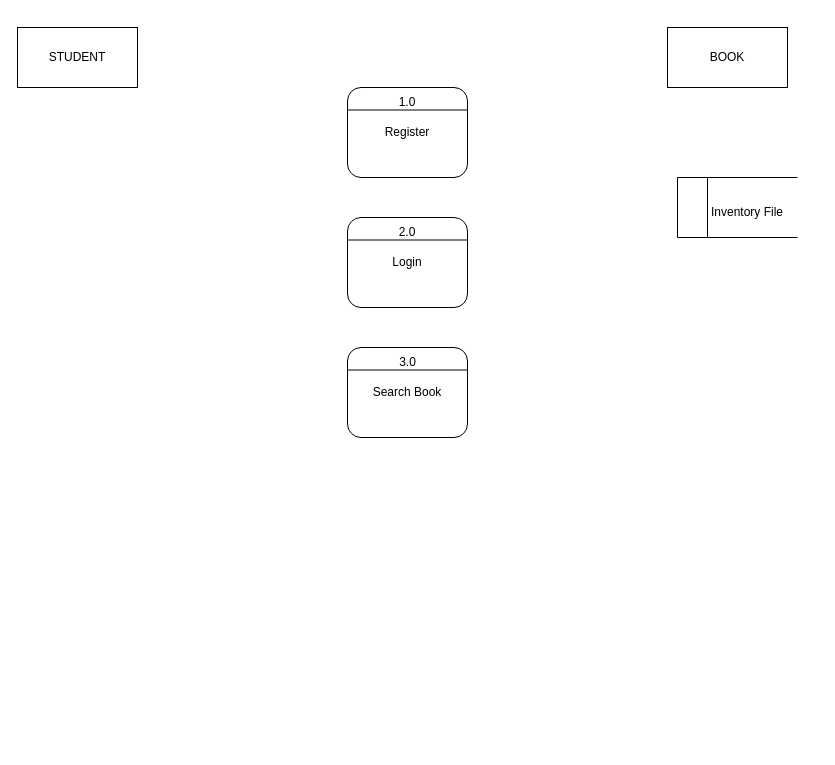
The draw.io diagram Library Management System level 1.drawio in ShouryaBrahmastra/DFD, before the edit. Source tidied: cells renumbered, new cells numbered last; positions are measured from the earlier drawing's top-left corner, leaving out a move shared by most shapes. Both pictures are drawn from the tidied source at 100%, with x=0, y=0 at pixel (17, 27).
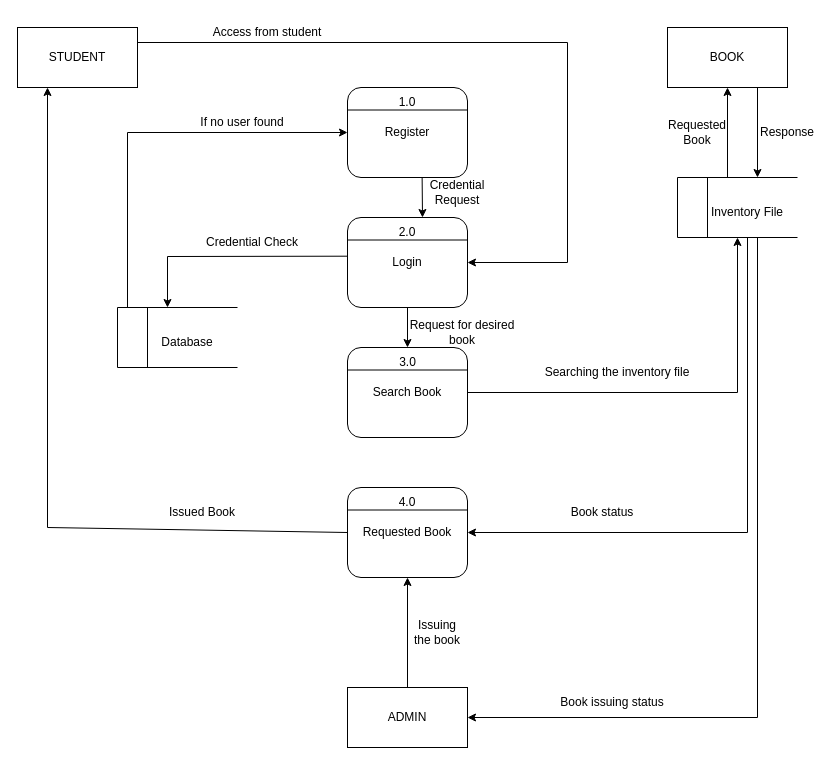
The same page after the edit.

The change refers to these unchanged cells:
```xml
<mxCell id="2" value="STUDENT" style="rounded=0;whiteSpace=wrap;html=1;" parent="1" vertex="1">
  <mxGeometry width="120" height="60" as="geometry" />
</mxCell>
<mxCell id="3" value="BOOK" style="rounded=0;whiteSpace=wrap;html=1;" parent="1" vertex="1">
  <mxGeometry x="650" width="120" height="60" as="geometry" />
</mxCell>
<mxCell id="4" value="Register" style="rounded=1;whiteSpace=wrap;html=1;" parent="1" vertex="1">
  <mxGeometry x="330" y="60" width="120" height="90" as="geometry" />
</mxCell>
<mxCell id="5" value="Login" style="rounded=1;whiteSpace=wrap;html=1;" parent="1" vertex="1">
  <mxGeometry x="330" y="190" width="120" height="90" as="geometry" />
</mxCell>
<mxCell id="6" value="Search Book" style="rounded=1;whiteSpace=wrap;html=1;" parent="1" vertex="1">
  <mxGeometry x="330" y="320" width="120" height="90" as="geometry" />
</mxCell>
<mxCell id="10" value="2.0" style="text;html=1;strokeColor=none;fillColor=none;align=center;verticalAlign=middle;whiteSpace=wrap;rounded=0;" parent="1" vertex="1">
  <mxGeometry x="360" y="190" width="60" height="30" as="geometry" />
</mxCell>
```

Change to the diagram source:
```diff
@@
+    <mxCell id="18" value="Requested Book" style="rounded=1;whiteSpace=wrap;html=1;" parent="1" vertex="1">
+      <mxGeometry x="330" y="460" width="120" height="90" as="geometry" />
+    </mxCell>
+    <mxCell id="19" style="endArrow=none;html=1;rounded=0;exitX=0;exitY=0.25;exitDx=0;exitDy=0;entryX=1;entryY=0.25;entryDx=0;entryDy=0;" parent="1" edge="1" source="18" target="18">
+      <mxGeometry relative="1" as="geometry" />
+    </mxCell>
+    <mxCell id="20" value="4.0" style="text;html=1;strokeColor=none;fillColor=none;align=center;verticalAlign=middle;whiteSpace=wrap;rounded=0;" parent="1" vertex="1">
+      <mxGeometry x="360" y="460" width="60" height="30" as="geometry" />
+    </mxCell>
+    <mxCell id="21" style="endArrow=none;html=1;rounded=0;exitX=0.25;exitY=1;exitDx=0;exitDy=0;entryX=0.25;entryY=0;entryDx=0;entryDy=0;" parent="1" edge="1">
+      <mxGeometry relative="1" as="geometry">
+        <mxPoint x="130" y="340" as="sourcePoint" />
+        <mxPoint x="130" y="280" as="targetPoint" />
+      </mxGeometry>
+    </mxCell>
+    <mxCell id="22" style="endArrow=none;html=1;rounded=0;exitX=0;exitY=0;exitDx=0;exitDy=0;entryX=1;entryY=0;entryDx=0;entryDy=0;" parent="1" edge="1">
+      <mxGeometry relative="1" as="geometry">
+        <mxPoint x="100" y="280" as="sourcePoint" />
+        <mxPoint x="220" y="280" as="targetPoint" />
+      </mxGeometry>
+    </mxCell>
+    <mxCell id="23" style="endArrow=none;html=1;rounded=0;exitX=0;exitY=1;exitDx=0;exitDy=0;entryX=1;entryY=1;entryDx=0;entryDy=0;" parent="1" edge="1">
+      <mxGeometry relative="1" as="geometry">
+        <mxPoint x="100" y="340" as="sourcePoint" />
+        <mxPoint x="220" y="340" as="targetPoint" />
+      </mxGeometry>
+    </mxCell>
+    <mxCell id="24" style="endArrow=none;html=1;rounded=0;exitX=0;exitY=1;exitDx=0;exitDy=0;entryX=0;entryY=0;entryDx=0;entryDy=0;" parent="1" edge="1">
+      <mxGeometry relative="1" as="geometry">
+        <mxPoint x="100" y="340" as="sourcePoint" />
+        <mxPoint x="100" y="280" as="targetPoint" />
+      </mxGeometry>
+    </mxCell>
+    <mxCell id="25" value="Database" style="text;html=1;strokeColor=none;fillColor=none;align=center;verticalAlign=middle;whiteSpace=wrap;rounded=0;" parent="1" vertex="1">
+      <mxGeometry x="140" y="300" width="60" height="30" as="geometry" />
+    </mxCell>
+    <mxCell id="26" style="endArrow=classic;html=1;rounded=0;exitX=1;exitY=0.25;exitDx=0;exitDy=0;entryX=1;entryY=0.5;entryDx=0;entryDy=0;" parent="1" edge="1" source="2" target="5">
+      <mxGeometry relative="1" as="geometry">
+        <Array as="points">
+          <mxPoint x="550" y="15" />
+          <mxPoint x="550" y="235" />
+        </Array>
+      </mxGeometry>
+    </mxCell>
+    <mxCell id="27" value="Access from student" style="text;html=1;strokeColor=none;fillColor=none;align=center;verticalAlign=middle;whiteSpace=wrap;rounded=0;" parent="1" vertex="1">
+      <mxGeometry x="160" y="-10" width="180" height="30" as="geometry" />
+    </mxCell>
+    <mxCell id="28" style="endArrow=classic;html=1;rounded=0;entryX=0.75;entryY=0;entryDx=0;entryDy=0;exitX=0.622;exitY=1;exitDx=0;exitDy=0;exitPerimeter=0;" parent="1" edge="1" source="4" target="10">
+      <mxGeometry relative="1" as="geometry" />
+    </mxCell>
+    <mxCell id="29" value="Credential Request" style="text;html=1;strokeColor=none;fillColor=none;align=center;verticalAlign=middle;whiteSpace=wrap;rounded=0;" parent="1" vertex="1">
+      <mxGeometry x="390" y="150" width="100" height="30" as="geometry" />
+    </mxCell>
+    <mxCell id="30" style="endArrow=classic;html=1;rounded=0;exitX=0;exitY=0.43;exitDx=0;exitDy=0;exitPerimeter=0;" parent="1" edge="1" source="5">
+      <mxGeometry relative="1" as="geometry">
+        <mxPoint x="150" y="280" as="targetPoint" />
+        <Array as="points">
+          <mxPoint x="150" y="229" />
+        </Array>
+      </mxGeometry>
+    </mxCell>
+    <mxCell id="31" value="Credential Check" style="text;html=1;strokeColor=none;fillColor=none;align=center;verticalAlign=middle;whiteSpace=wrap;rounded=0;" parent="1" vertex="1">
+      <mxGeometry x="170" y="200" width="130" height="30" as="geometry" />
+    </mxCell>
+    <mxCell id="32" style="endArrow=classic;html=1;rounded=0;entryX=0.5;entryY=0;entryDx=0;entryDy=0;exitX=0.5;exitY=1;exitDx=0;exitDy=0;" parent="1" edge="1" source="5" target="6">
+      <mxGeometry relative="1" as="geometry" />
+    </mxCell>
+    <mxCell id="33" value="Request for desired book" style="text;html=1;strokeColor=none;fillColor=none;align=center;verticalAlign=middle;whiteSpace=wrap;rounded=0;" parent="1" vertex="1">
+      <mxGeometry x="380" y="290" width="130" height="30" as="geometry" />
+    </mxCell>
+    <mxCell id="34" style="endArrow=classic;html=1;rounded=0;exitX=1;exitY=0.5;exitDx=0;exitDy=0;" parent="1" edge="1" source="6">
+      <mxGeometry relative="1" as="geometry">
+        <mxPoint x="720" y="210" as="targetPoint" />
+        <Array as="points">
+          <mxPoint x="720" y="365" />
+        </Array>
+      </mxGeometry>
+    </mxCell>
+    <mxCell id="35" value="Searching the inventory file" style="text;html=1;strokeColor=none;fillColor=none;align=center;verticalAlign=middle;whiteSpace=wrap;rounded=0;" parent="1" vertex="1">
+      <mxGeometry x="520" y="330" width="160" height="30" as="geometry" />
+    </mxCell>
+    <mxCell id="36" style="endArrow=classic;html=1;rounded=0;entryX=0.5;entryY=1;entryDx=0;entryDy=0;" parent="1" edge="1" target="3">
+      <mxGeometry relative="1" as="geometry">
+        <mxPoint x="710" y="150" as="sourcePoint" />
+      </mxGeometry>
+    </mxCell>
+    <mxCell id="37" value="Requested Book" style="text;html=1;strokeColor=none;fillColor=none;align=center;verticalAlign=middle;whiteSpace=wrap;rounded=0;" parent="1" vertex="1">
+      <mxGeometry x="650" y="90" width="60" height="30" as="geometry" />
+    </mxCell>
+    <mxCell id="38" style="endArrow=classic;html=1;rounded=0;exitX=0.75;exitY=1;exitDx=0;exitDy=0;" parent="1" edge="1" source="3">
+      <mxGeometry relative="1" as="geometry">
+        <mxPoint x="740" y="150" as="targetPoint" />
+      </mxGeometry>
+    </mxCell>
+    <mxCell id="39" value="Response" style="text;html=1;strokeColor=none;fillColor=none;align=center;verticalAlign=middle;whiteSpace=wrap;rounded=0;" parent="1" vertex="1">
+      <mxGeometry x="740" y="90" width="60" height="30" as="geometry" />
+    </mxCell>
+    <mxCell id="40" value="ADMIN" style="rounded=0;whiteSpace=wrap;html=1;" parent="1" vertex="1">
+      <mxGeometry x="330" y="660" width="120" height="60" as="geometry" />
+    </mxCell>
+    <mxCell id="41" style="endArrow=classic;html=1;rounded=0;entryX=1;entryY=0.5;entryDx=0;entryDy=0;" parent="1" edge="1" target="40">
+      <mxGeometry relative="1" as="geometry">
+        <mxPoint x="740" y="210" as="sourcePoint" />
+        <Array as="points">
+          <mxPoint x="740" y="690" />
+        </Array>
+      </mxGeometry>
+    </mxCell>
+    <mxCell id="42" value="Book issuing status" style="text;html=1;strokeColor=none;fillColor=none;align=center;verticalAlign=middle;whiteSpace=wrap;rounded=0;" parent="1" vertex="1">
+      <mxGeometry x="540" y="660" width="110" height="30" as="geometry" />
+    </mxCell>
+    <mxCell id="43" style="endArrow=classic;html=1;rounded=0;exitX=0.5;exitY=0;exitDx=0;exitDy=0;" parent="1" edge="1" source="40" target="18">
+      <mxGeometry relative="1" as="geometry" />
+    </mxCell>
+    <mxCell id="44" value="Issuing the book" style="text;html=1;strokeColor=none;fillColor=none;align=center;verticalAlign=middle;whiteSpace=wrap;rounded=0;" parent="1" vertex="1">
+      <mxGeometry x="390" y="590" width="60" height="30" as="geometry" />
+    </mxCell>
+    <mxCell id="45" style="endArrow=classic;html=1;rounded=0;entryX=1;entryY=0.5;entryDx=0;entryDy=0;" parent="1" edge="1" target="18">
+      <mxGeometry relative="1" as="geometry">
+        <mxPoint x="730" y="210" as="sourcePoint" />
+        <Array as="points">
+          <mxPoint x="730" y="505" />
+        </Array>
+      </mxGeometry>
+    </mxCell>
+    <mxCell id="46" value="Book status" style="text;html=1;strokeColor=none;fillColor=none;align=center;verticalAlign=middle;whiteSpace=wrap;rounded=0;" parent="1" vertex="1">
+      <mxGeometry x="540" y="470" width="90" height="30" as="geometry" />
+    </mxCell>
+    <mxCell id="47" style="endArrow=classic;html=1;rounded=0;entryX=0.25;entryY=1;entryDx=0;entryDy=0;exitX=0;exitY=0.5;exitDx=0;exitDy=0;" parent="1" edge="1" source="18" target="2">
+      <mxGeometry relative="1" as="geometry">
+        <Array as="points">
+          <mxPoint x="30" y="500" />
+        </Array>
+      </mxGeometry>
+    </mxCell>
+    <mxCell id="48" value="Issued Book" style="text;html=1;strokeColor=none;fillColor=none;align=center;verticalAlign=middle;whiteSpace=wrap;rounded=0;" parent="1" vertex="1">
+      <mxGeometry x="140" y="470" width="90" height="30" as="geometry" />
+    </mxCell>
+    <mxCell id="49" style="endArrow=classic;html=1;rounded=0;entryX=0;entryY=0.5;entryDx=0;entryDy=0;" parent="1" edge="1" target="4">
+      <mxGeometry relative="1" as="geometry">
+        <mxPoint x="110" y="280" as="sourcePoint" />
+        <Array as="points">
+          <mxPoint x="110" y="105" />
+        </Array>
+      </mxGeometry>
+    </mxCell>
+    <mxCell id="50" value="If no user found" style="text;html=1;strokeColor=none;fillColor=none;align=center;verticalAlign=middle;whiteSpace=wrap;rounded=0;" parent="1" vertex="1">
+      <mxGeometry x="180" y="80" width="90" height="30" as="geometry" />
+    </mxCell>
```
